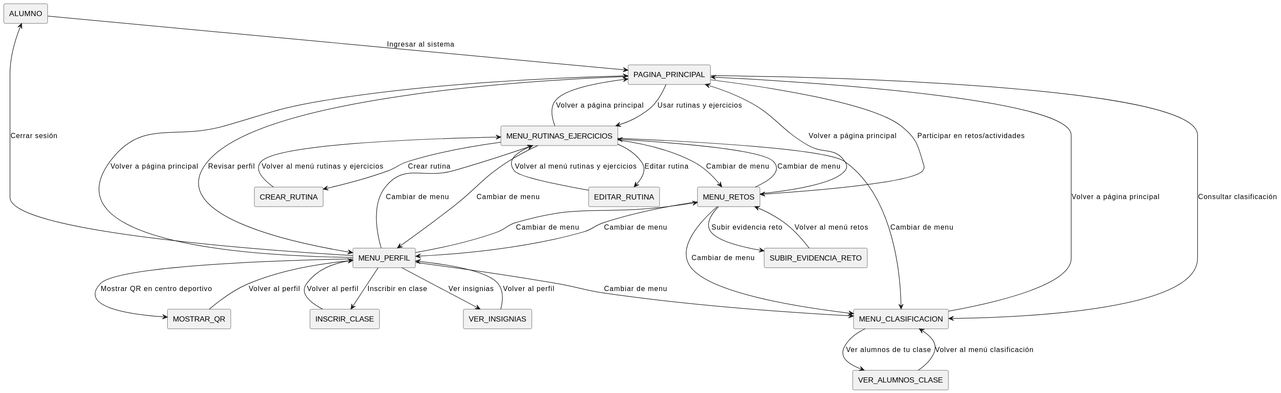
Above: Documentos/Imagenes/DiagramasContexto/AlumnoContexto.svg in mmasias/24-25-IdSw1-SDR (PlantUML), before the change.
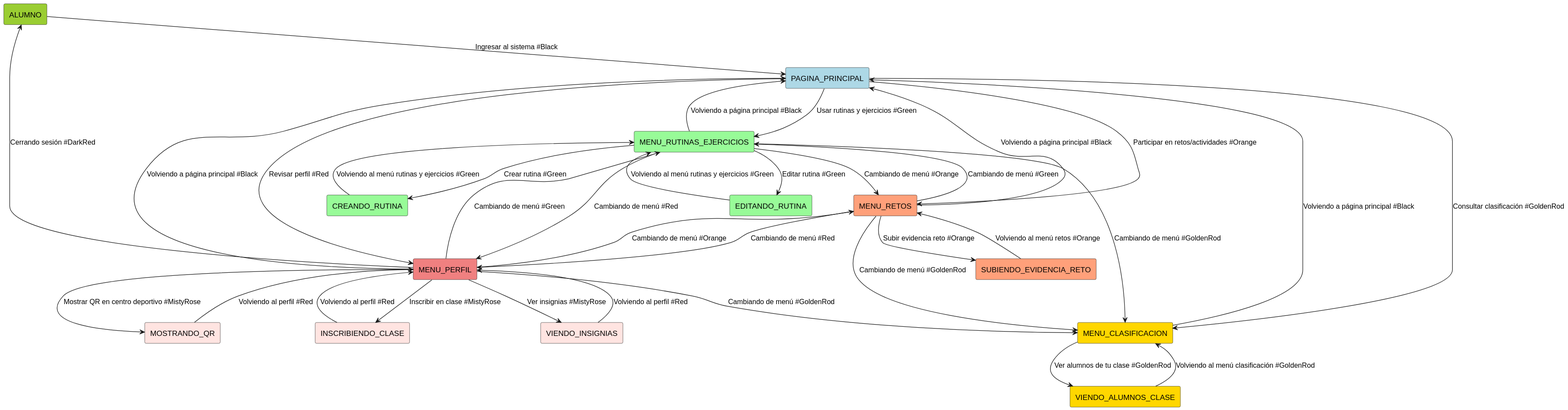
Later version of the same file.

The edit, as a diff of the source:
```diff
@@ -1,58 +1,60 @@
 @startuml
 !define RECTANGLE(x) rectangle x
 
-RECTANGLE(ALUMNO)
-RECTANGLE(PAGINA_PRINCIPAL)
-RECTANGLE(MENU_RUTINAS_EJERCICIOS)
-RECTANGLE(MENU_RETOS)
-RECTANGLE(MENU_CLASIFICACION)
-RECTANGLE(MENU_PERFIL)
-RECTANGLE(VER_INSIGNIAS)
-RECTANGLE(INSCRIR_CLASE)
-RECTANGLE(MOSTRAR_QR)
-RECTANGLE(CREAR_RUTINA)
-RECTANGLE(EDITAR_RUTINA)
-RECTANGLE(SUBIR_EVIDENCIA_RETO)
-RECTANGLE(VER_ALUMNOS_CLASE)
+RECTANGLE(ALUMNO) #YellowGreen
+RECTANGLE(PAGINA_PRINCIPAL) #LightBlue
 
-ALUMNO --> PAGINA_PRINCIPAL : Ingresar al sistema
+RECTANGLE(MENU_RUTINAS_EJERCICIOS) #PaleGreen
+RECTANGLE(MENU_RETOS) #LightSalmon
+RECTANGLE(MENU_CLASIFICACION) #Gold
+RECTANGLE(MENU_PERFIL) #LightCoral
 
-PAGINA_PRINCIPAL --> MENU_RUTINAS_EJERCICIOS : Usar rutinas y ejercicios
-PAGINA_PRINCIPAL --> MENU_RETOS : Participar en retos/actividades
-PAGINA_PRINCIPAL --> MENU_CLASIFICACION : Consultar clasificación
-PAGINA_PRINCIPAL --> MENU_PERFIL : Revisar perfil
+RECTANGLE(CREANDO_RUTINA) #PaleGreen
+RECTANGLE(EDITANDO_RUTINA) #PaleGreen
+RECTANGLE(SUBIENDO_EVIDENCIA_RETO) #LightSalmon
+RECTANGLE(VIENDO_ALUMNOS_CLASE) #Gold
+RECTANGLE(VIENDO_INSIGNIAS) #MistyRose
+RECTANGLE(INSCRIBIENDO_CLASE) #MistyRose
+RECTANGLE(MOSTRANDO_QR) #MistyRose
 
-MENU_RUTINAS_EJERCICIOS --> CREAR_RUTINA : Crear rutina
-MENU_RUTINAS_EJERCICIOS --> EDITAR_RUTINA : Editar rutina
-CREAR_RUTINA --> MENU_RUTINAS_EJERCICIOS : Volver al menú rutinas y ejercicios
-EDITAR_RUTINA --> MENU_RUTINAS_EJERCICIOS : Volver al menú rutinas y ejercicios
-MENU_RUTINAS_EJERCICIOS --> MENU_RETOS : Cambiar de menu
-MENU_RUTINAS_EJERCICIOS --> MENU_CLASIFICACION : Cambiar de menu
-MENU_RUTINAS_EJERCICIOS --> MENU_PERFIL : Cambiar de menu
+ALUMNO --> PAGINA_PRINCIPAL : Ingresar al sistema #Black
 
-MENU_RETOS --> SUBIR_EVIDENCIA_RETO : Subir evidencia reto
-SUBIR_EVIDENCIA_RETO --> MENU_RETOS : Volver al menú retos
-MENU_RETOS --> MENU_PERFIL : Cambiar de menu
-MENU_RETOS --> MENU_CLASIFICACION : Cambiar de menu
-MENU_RETOS --> MENU_RUTINAS_EJERCICIOS : Cambiar de menu
+PAGINA_PRINCIPAL --> MENU_RUTINAS_EJERCICIOS : Usar rutinas y ejercicios #Green
+PAGINA_PRINCIPAL --> MENU_RETOS : Participar en retos/actividades #Orange
+PAGINA_PRINCIPAL --> MENU_CLASIFICACION : Consultar clasificación #GoldenRod
+PAGINA_PRINCIPAL --> MENU_PERFIL : Revisar perfil #Red
 
-MENU_CLASIFICACION --> VER_ALUMNOS_CLASE : Ver alumnos de tu clase
-VER_ALUMNOS_CLASE --> MENU_CLASIFICACION : Volver al menú clasificación
+MENU_RUTINAS_EJERCICIOS --> CREANDO_RUTINA : Crear rutina #Green
+MENU_RUTINAS_EJERCICIOS --> EDITANDO_RUTINA : Editar rutina #Green
+CREANDO_RUTINA --> MENU_RUTINAS_EJERCICIOS : Volviendo al menú rutinas y ejercicios #Green
+EDITANDO_RUTINA --> MENU_RUTINAS_EJERCICIOS : Volviendo al menú rutinas y ejercicios #Green
+MENU_RUTINAS_EJERCICIOS --> MENU_RETOS : Cambiando de menú #Orange
+MENU_RUTINAS_EJERCICIOS --> MENU_CLASIFICACION : Cambiando de menú #GoldenRod
+MENU_RUTINAS_EJERCICIOS --> MENU_PERFIL : Cambiando de menú #Red
 
-MENU_PERFIL --> VER_INSIGNIAS : Ver insignias
-MENU_PERFIL --> INSCRIR_CLASE : Inscribir en clase
-MENU_PERFIL --> MOSTRAR_QR : Mostrar QR en centro deportivo
-MENU_PERFIL --> ALUMNO : Cerrar sesión
-MENU_PERFIL --> MENU_RETOS : Cambiar de menu
-MENU_PERFIL --> MENU_CLASIFICACION : Cambiar de menu
-MENU_PERFIL --> MENU_RUTINAS_EJERCICIOS : Cambiar de menu
+MENU_RETOS --> SUBIENDO_EVIDENCIA_RETO : Subir evidencia reto #Orange
+SUBIENDO_EVIDENCIA_RETO --> MENU_RETOS : Volviendo al menú retos #Orange
+MENU_RETOS --> MENU_PERFIL : Cambiando de menú #Red
+MENU_RETOS --> MENU_CLASIFICACION : Cambiando de menú #GoldenRod
+MENU_RETOS --> MENU_RUTINAS_EJERCICIOS : Cambiando de menú #Green
 
-VER_INSIGNIAS --> MENU_PERFIL : Volver al perfil
-INSCRIR_CLASE --> MENU_PERFIL : Volver al perfil
-MOSTRAR_QR --> MENU_PERFIL : Volver al perfil
+MENU_CLASIFICACION --> VIENDO_ALUMNOS_CLASE : Ver alumnos de tu clase #GoldenRod
+VIENDO_ALUMNOS_CLASE --> MENU_CLASIFICACION : Volviendo al menú clasificación #GoldenRod
 
-MENU_RUTINAS_EJERCICIOS --> PAGINA_PRINCIPAL : Volver a página principal
-MENU_RETOS --> PAGINA_PRINCIPAL : Volver a página principal
-MENU_CLASIFICACION --> PAGINA_PRINCIPAL : Volver a página principal
-MENU_PERFIL --> PAGINA_PRINCIPAL : Volver a página principal
+MENU_PERFIL --> VIENDO_INSIGNIAS : Ver insignias #MistyRose
+MENU_PERFIL --> INSCRIBIENDO_CLASE : Inscribir en clase #MistyRose
+MENU_PERFIL --> MOSTRANDO_QR : Mostrar QR en centro deportivo #MistyRose
+MENU_PERFIL --> ALUMNO : Cerrando sesión #DarkRed
+MENU_PERFIL --> MENU_RETOS : Cambiando de menú #Orange
+MENU_PERFIL --> MENU_CLASIFICACION : Cambiando de menú #GoldenRod
+MENU_PERFIL --> MENU_RUTINAS_EJERCICIOS : Cambiando de menú #Green
+
+VIENDO_INSIGNIAS --> MENU_PERFIL : Volviendo al perfil #Red
+INSCRIBIENDO_CLASE --> MENU_PERFIL : Volviendo al perfil #Red
+MOSTRANDO_QR --> MENU_PERFIL : Volviendo al perfil #Red
+
+MENU_RUTINAS_EJERCICIOS --> PAGINA_PRINCIPAL : Volviendo a página principal #Black
+MENU_RETOS --> PAGINA_PRINCIPAL : Volviendo a página principal #Black
+MENU_CLASIFICACION --> PAGINA_PRINCIPAL : Volviendo a página principal #Black
+MENU_PERFIL --> PAGINA_PRINCIPAL : Volviendo a página principal #Black
 @enduml
```
